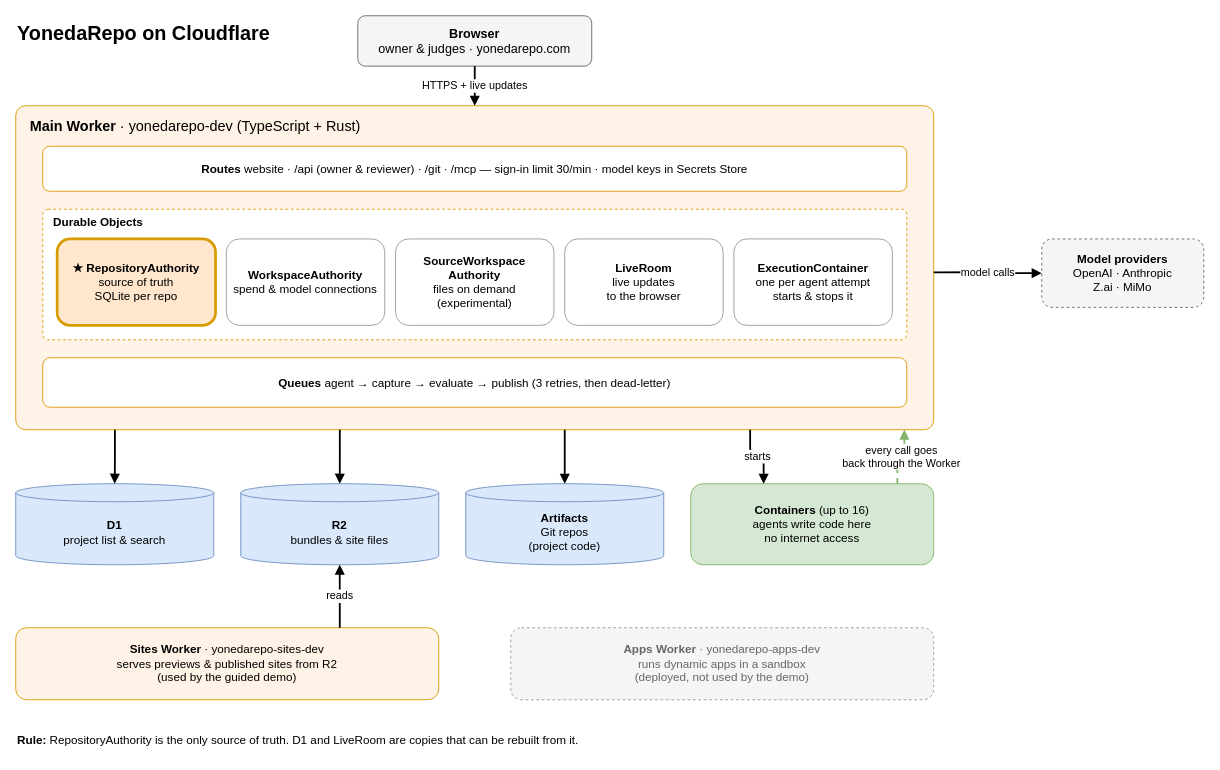
Before: docs/cloudflare-architecture.drawio in YonedaAI/yonedarepo, a draw.io diagram. Source tidied: cells renumbered, new cells numbered last; positions are measured from the earlier drawing's top-left corner, leaving out a move shared by most shapes. Both pictures are drawn from the tidied source at 90%, with x=0, y=0 at pixel (15, 15).
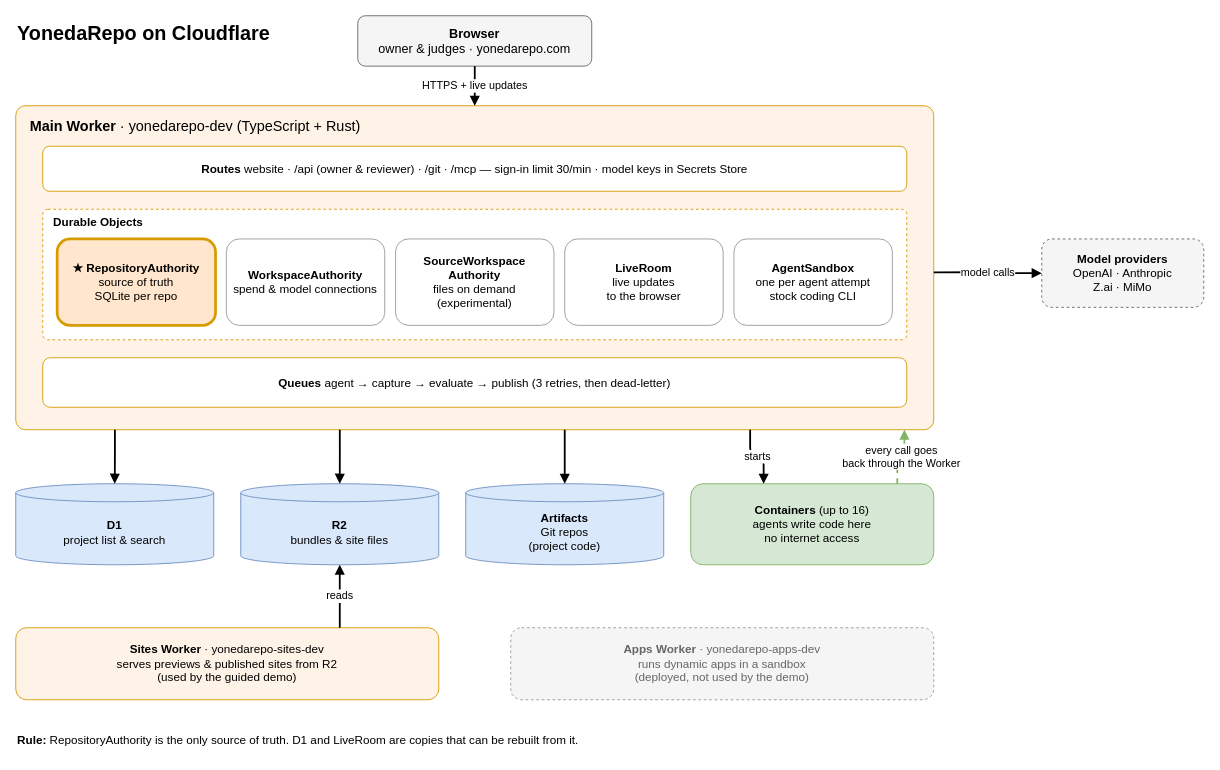
Above is the later version.

The edit, as a diff of the source:
```diff
@@
-    <mxCell id="11" value="&lt;b&gt;ExecutionContainer&lt;/b&gt;&lt;br&gt;one per agent attempt&lt;br&gt;starts &amp;amp; stops it" style="rounded=1;whiteSpace=wrap;html=1;fillColor=#ffffff;strokeColor=#999999;fontSize=13;" parent="1" vertex="1">
+    <mxCell id="11" value="&lt;b&gt;AgentSandbox&lt;/b&gt;&lt;br&gt;one per agent attempt&lt;br&gt;stock coding CLI" style="rounded=1;whiteSpace=wrap;html=1;fillColor=#ffffff;strokeColor=#999999;fontSize=13;" parent="1" vertex="1">
       <mxGeometry x="798" y="248" width="176" height="96" as="geometry" />
     </mxCell>
```
